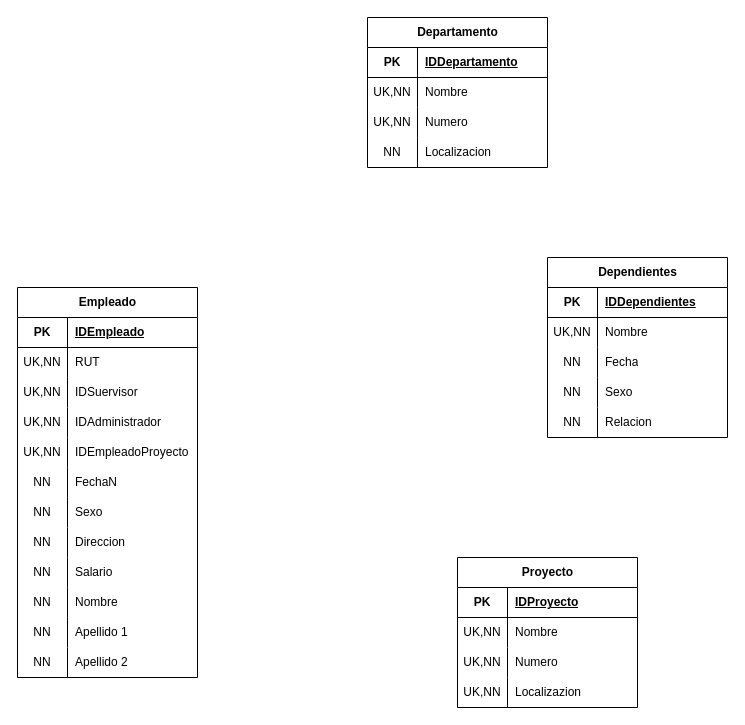
The draw.io diagram Examen Progreso II.drawio in Mundrack/Base-de-datos, before the edit. Source tidied: cells renumbered, new cells numbered last; positions are measured from the earlier drawing's top-left corner, leaving out a move shared by most shapes. Both pictures are drawn from the tidied source at 100%, with x=0, y=0 at pixel (17, 17).
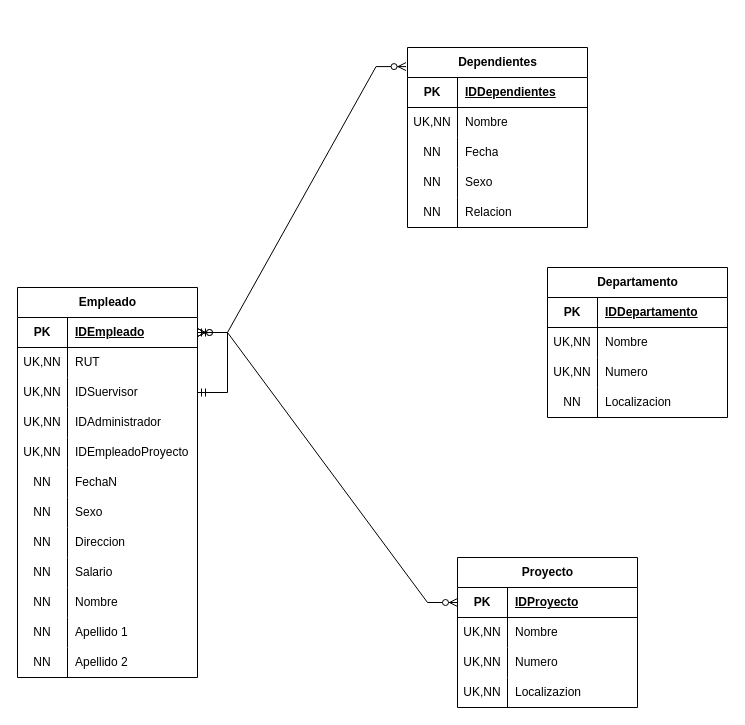
The same page after the edit.

The change refers to these unchanged cells:
```xml
<mxCell id="2" value="Empleado" style="shape=table;startSize=30;childLayout=tableLayout;rowLines=0;fontStyle=1;align=center;html=1;" parent="1" vertex="1">
  <mxGeometry y="270" width="180" height="390" as="geometry" />
</mxCell>
<mxCell id="3" style="shape=tableRow;horizontal=0;startSize=0;swimlaneHead=0;swimlaneBody=0;fillColor=none;points=[[0,0.5],[1,0.5]];portConstraint=eastwest;top=0;left=0;right=0;bottom=1;" parent="2" vertex="1">
  <mxGeometry y="30" width="180" height="30" as="geometry" />
</mxCell>
<mxCell id="9" style="shape=tableRow;horizontal=0;startSize=0;swimlaneHead=0;swimlaneBody=0;fillColor=none;points=[[0,0.5],[1,0.5]];portConstraint=eastwest;top=0;left=0;right=0;bottom=0;" parent="2" vertex="1">
  <mxGeometry y="90" width="180" height="30" as="geometry" />
</mxCell>
<mxCell id="53" style="shape=tableRow;horizontal=0;startSize=0;swimlaneHead=0;swimlaneBody=0;fillColor=none;points=[[0,0.5],[1,0.5]];portConstraint=eastwest;top=0;left=0;right=0;bottom=1;" parent="52" vertex="1">
  <mxGeometry y="30" width="180" height="30" as="geometry" />
</mxCell>
```

What changed in the source:
```diff
@@
+    <mxCell id="81" style="edgeStyle=entityRelationEdgeStyle;fontSize=12;html=1;endArrow=ERzeroToMany;startArrow=ERmandOne;rounded=0;exitX=1;exitY=0.5;exitDx=0;exitDy=0;entryX=1;entryY=0.5;entryDx=0;entryDy=0;" parent="2" edge="1" source="9" target="3">
+      <mxGeometry relative="1" as="geometry" />
+    </mxCell>
     <mxCell id="39" value="Departamento" style="shape=table;startSize=30;childLayout=tableLayout;rowLines=0;fontStyle=1;align=center;html=1;" parent="1" vertex="1">
-      <mxGeometry x="350" width="180" height="150" as="geometry" />
+      <mxGeometry x="530" y="250" width="180" height="150" as="geometry" />
     </mxCell>
@@
     <mxCell id="65" value="Dependientes" style="shape=table;startSize=30;childLayout=tableLayout;rowLines=0;fontStyle=1;align=center;html=1;" parent="1" vertex="1">
-      <mxGeometry x="530" y="240" width="180" height="180" as="geometry" />
+      <mxGeometry x="390" y="30" width="180" height="180" as="geometry" />
     </mxCell>
@@
+    <mxCell id="82" style="edgeStyle=entityRelationEdgeStyle;fontSize=12;html=1;endArrow=ERzeroToMany;endFill=1;startArrow=ERzeroToMany;rounded=0;exitX=1;exitY=0.5;exitDx=0;exitDy=0;entryX=0;entryY=0.5;entryDx=0;entryDy=0;" parent="1" edge="1" source="3" target="53">
+      <mxGeometry relative="1" as="geometry" />
+    </mxCell>
+    <mxCell id="83" style="edgeStyle=entityRelationEdgeStyle;fontSize=12;html=1;endArrow=ERzeroToMany;startArrow=ERmandOne;rounded=0;exitX=1;exitY=0.5;exitDx=0;exitDy=0;entryX=-0.008;entryY=0.106;entryDx=0;entryDy=0;entryPerimeter=0;" parent="1" edge="1" source="3" target="65">
+      <mxGeometry relative="1" as="geometry" />
+    </mxCell>
```
